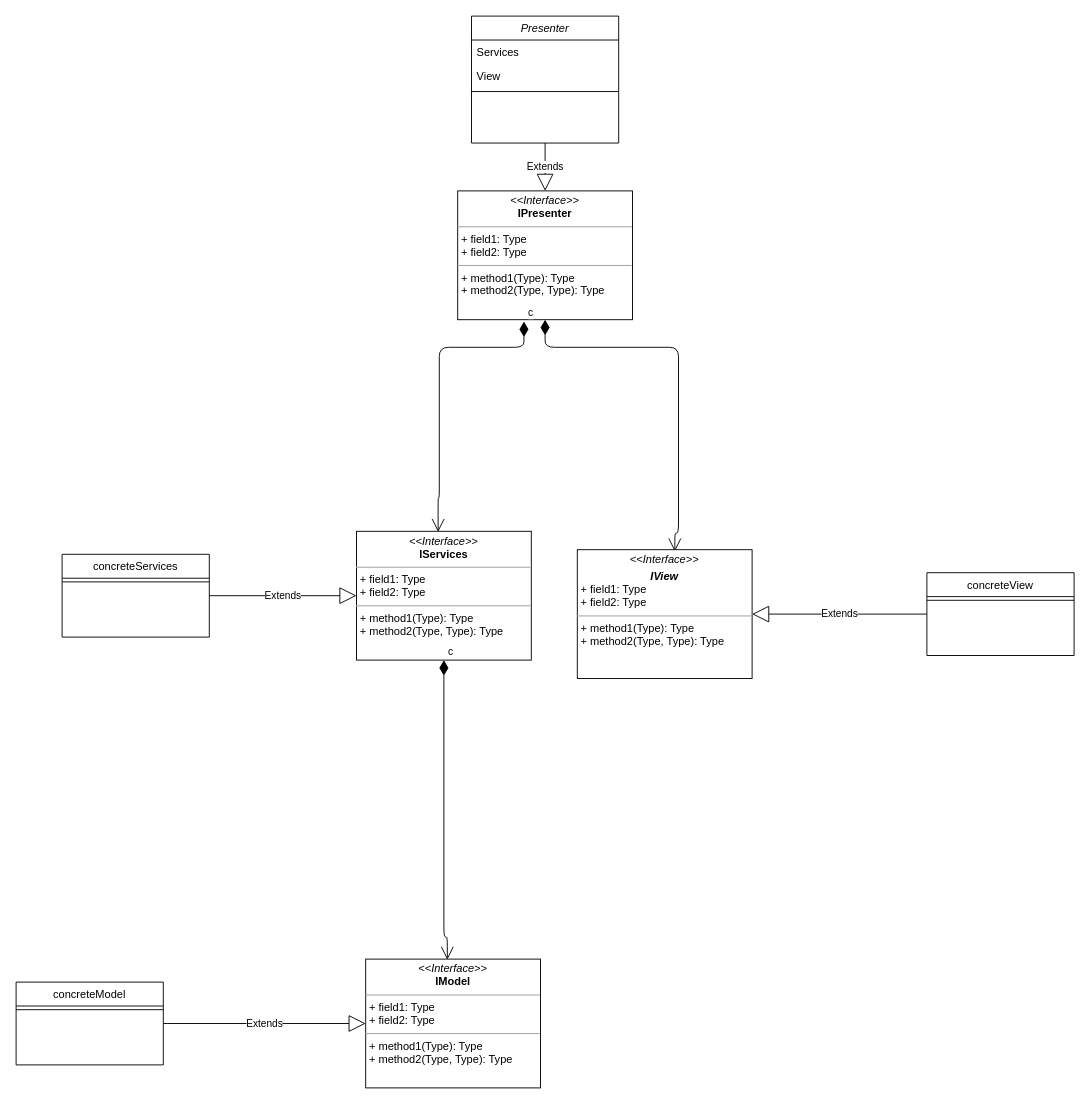
Before: documentation/mvp_class_diagram.drawio in slabban/mvp_template, a draw.io diagram. Source tidied: cells renumbered, new cells numbered last; positions are measured from the earlier drawing's top-left corner, leaving out a move shared by most shapes. Both pictures are drawn from the tidied source at 92%, with x=0, y=0 at pixel (16, 16).
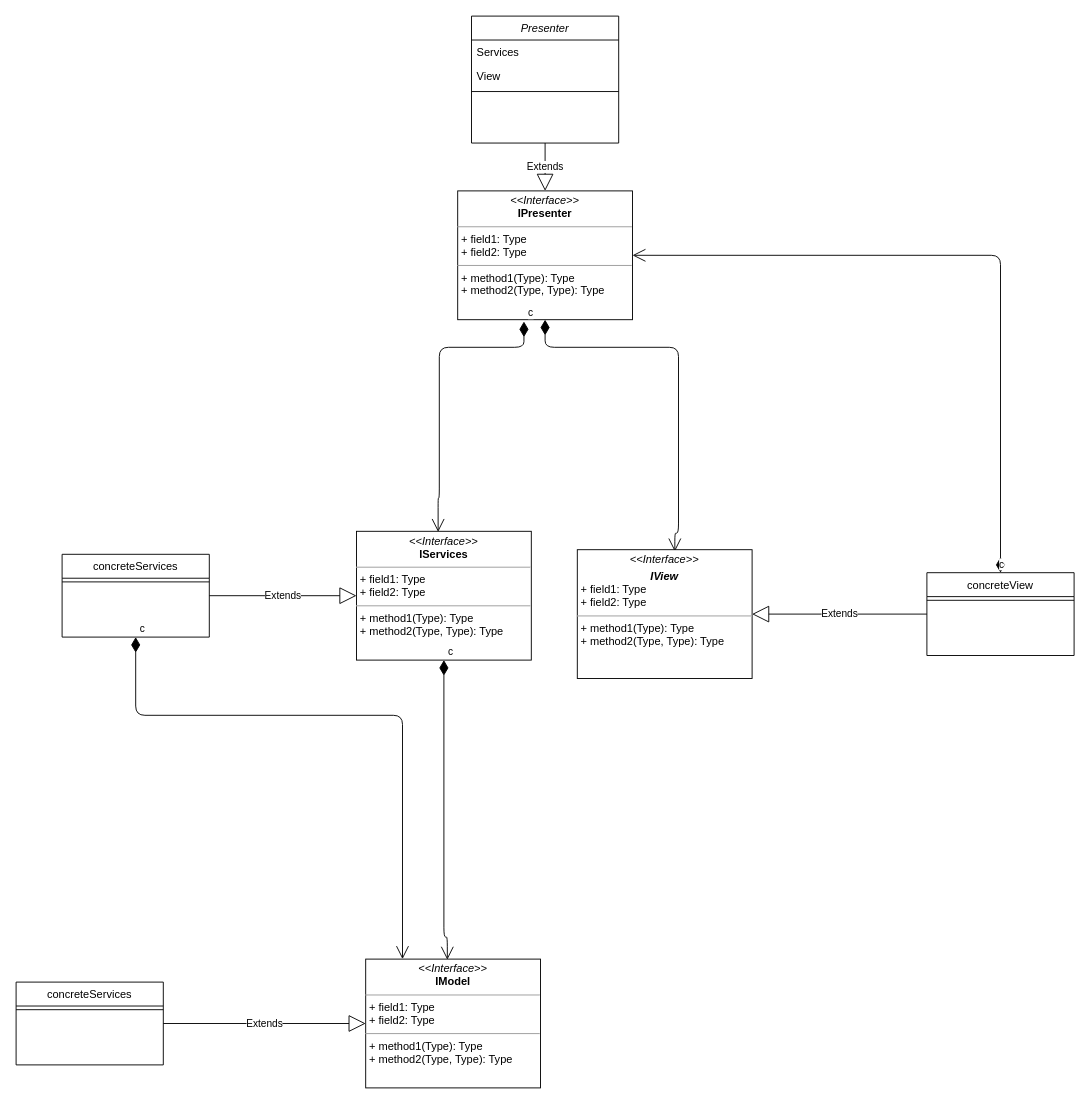
After the change.

Unchanged cells that the change refers to:
```xml
<mxCell id="6" value="concreteServices&#10;" style="swimlane;fontStyle=0;align=center;verticalAlign=top;horizontal=1;startSize=26;rounded=0;shadow=0;strokeWidth=1;" parent="1" vertex="1">
  <mxGeometry x="50" y="585" width="160" height="90" as="geometry" />
</mxCell>
<mxCell id="9" value="&lt;p style=&quot;margin:0px;margin-top:4px;text-align:center;&quot;&gt;&lt;i&gt;&amp;lt;&amp;lt;Interface&amp;gt;&amp;gt;&lt;/i&gt;&lt;br&gt;&lt;b&gt;IPresenter&lt;/b&gt;&lt;/p&gt;&lt;hr size=&quot;1&quot;&gt;&lt;p style=&quot;margin:0px;margin-left:4px;&quot;&gt;+ field1: Type&lt;br&gt;+ field2: Type&lt;/p&gt;&lt;hr size=&quot;1&quot;&gt;&lt;p style=&quot;margin:0px;margin-left:4px;&quot;&gt;+ method1(Type): Type&lt;br&gt;+ method2(Type, Type): Type&lt;/p&gt;" style="verticalAlign=top;align=left;overflow=fill;fontSize=12;fontFamily=Helvetica;html=1;" parent="1" vertex="1">
  <mxGeometry x="480" y="190" width="190" height="140" as="geometry" />
</mxCell>
<mxCell id="12" value="concreteView&#10;" style="swimlane;fontStyle=0;align=center;verticalAlign=top;horizontal=1;startSize=26;rounded=0;shadow=0;strokeWidth=1;" parent="1" vertex="1">
  <mxGeometry x="990" y="605" width="160" height="90" as="geometry" />
</mxCell>
<mxCell id="21" value="&lt;p style=&quot;margin:0px;margin-top:4px;text-align:center;&quot;&gt;&lt;i&gt;&amp;lt;&amp;lt;Interface&amp;gt;&amp;gt;&lt;/i&gt;&lt;br&gt;&lt;b&gt;IModel&lt;/b&gt;&lt;/p&gt;&lt;hr size=&quot;1&quot;&gt;&lt;p style=&quot;margin:0px;margin-left:4px;&quot;&gt;+ field1: Type&lt;br&gt;+ field2: Type&lt;/p&gt;&lt;hr size=&quot;1&quot;&gt;&lt;p style=&quot;margin:0px;margin-left:4px;&quot;&gt;+ method1(Type): Type&lt;br&gt;+ method2(Type, Type): Type&lt;/p&gt;" style="verticalAlign=top;align=left;overflow=fill;fontSize=12;fontFamily=Helvetica;html=1;" parent="1" vertex="1">
  <mxGeometry x="380" y="1025" width="190" height="140" as="geometry" />
</mxCell>
```

Diff of the diagram source:
```diff
@@
-    <mxCell id="18" value="concreteModel" style="swimlane;fontStyle=0;align=center;verticalAlign=top;horizontal=1;startSize=26;rounded=0;shadow=0;strokeWidth=1;" parent="1" vertex="1">
+    <mxCell id="18" value="concreteServices&#10;" style="swimlane;fontStyle=0;align=center;verticalAlign=top;horizontal=1;startSize=26;rounded=0;shadow=0;strokeWidth=1;" parent="1" vertex="1">
       <mxGeometry y="1050" width="160" height="90" as="geometry" />
     </mxCell>
@@
+    <mxCell id="23" value="c" style="endArrow=open;html=1;endSize=12;startArrow=diamondThin;startSize=14;startFill=1;edgeStyle=orthogonalEdgeStyle;align=left;verticalAlign=bottom;exitX=0.5;exitY=0;exitDx=0;exitDy=0;" parent="1" edge="1" source="12" target="9">
+      <mxGeometry x="-1" y="3" relative="1" as="geometry">
+        <Array as="points">
+          <mxPoint x="1070" y="260" />
+        </Array>
+      </mxGeometry>
+    </mxCell>
+    <mxCell id="24" value="c" style="endArrow=open;html=1;endSize=12;startArrow=diamondThin;startSize=14;startFill=1;edgeStyle=orthogonalEdgeStyle;align=left;verticalAlign=bottom;exitX=0.5;exitY=1;exitDx=0;exitDy=0;" parent="1" edge="1" source="6" target="21">
+      <mxGeometry x="-1" y="3" relative="1" as="geometry">
+        <Array as="points">
+          <mxPoint x="130" y="760" />
+          <mxPoint x="420" y="760" />
+        </Array>
+      </mxGeometry>
+    </mxCell>
```
